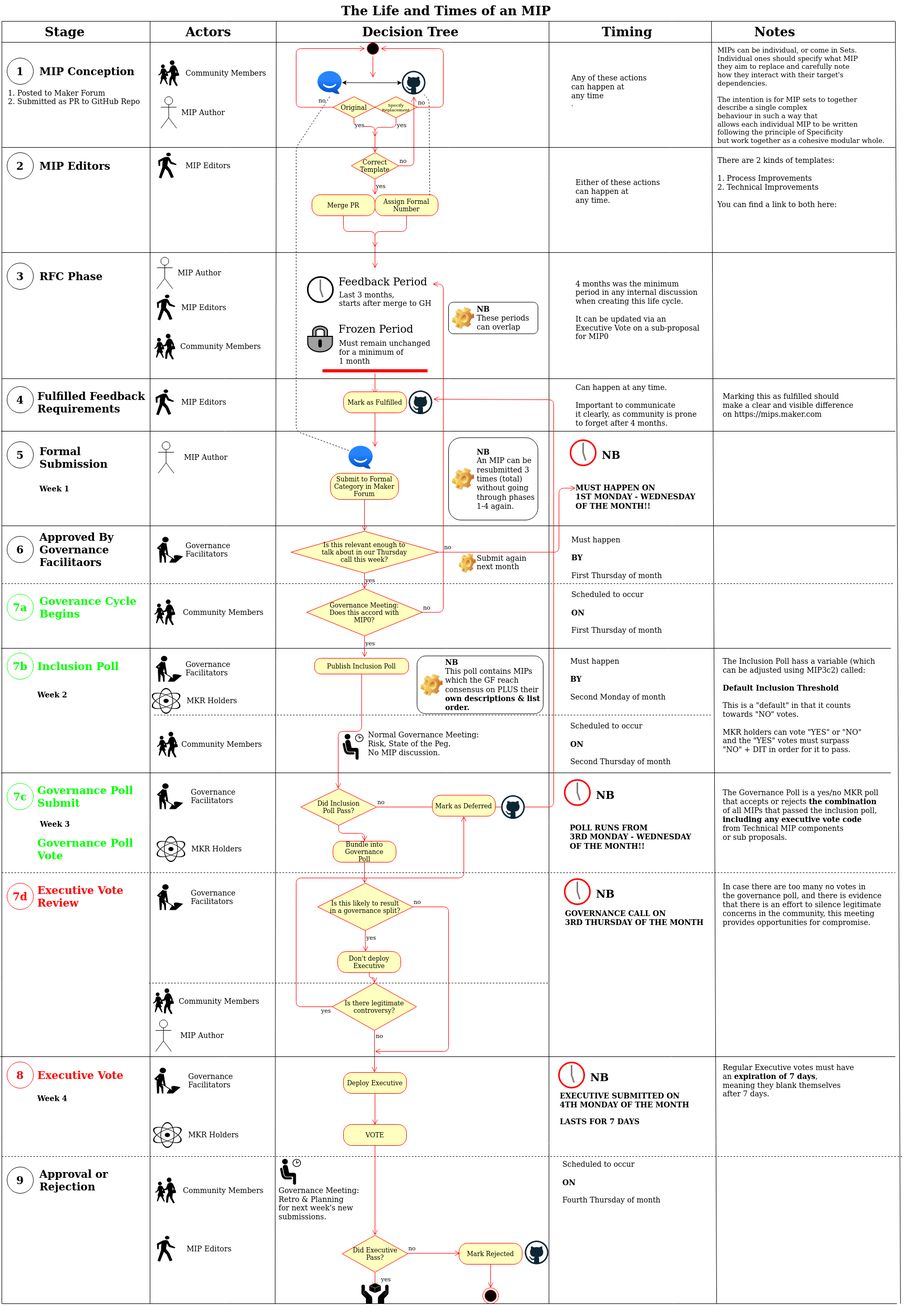
This is Life and Times of MIPs.png from andytudhope/maker-flow, a draw.io export, as it was before one commit. Source tidied: cells renumbered, new cells last; positions are measured from the earlier drawing's top-left corner, leaving out a move shared by most shapes.
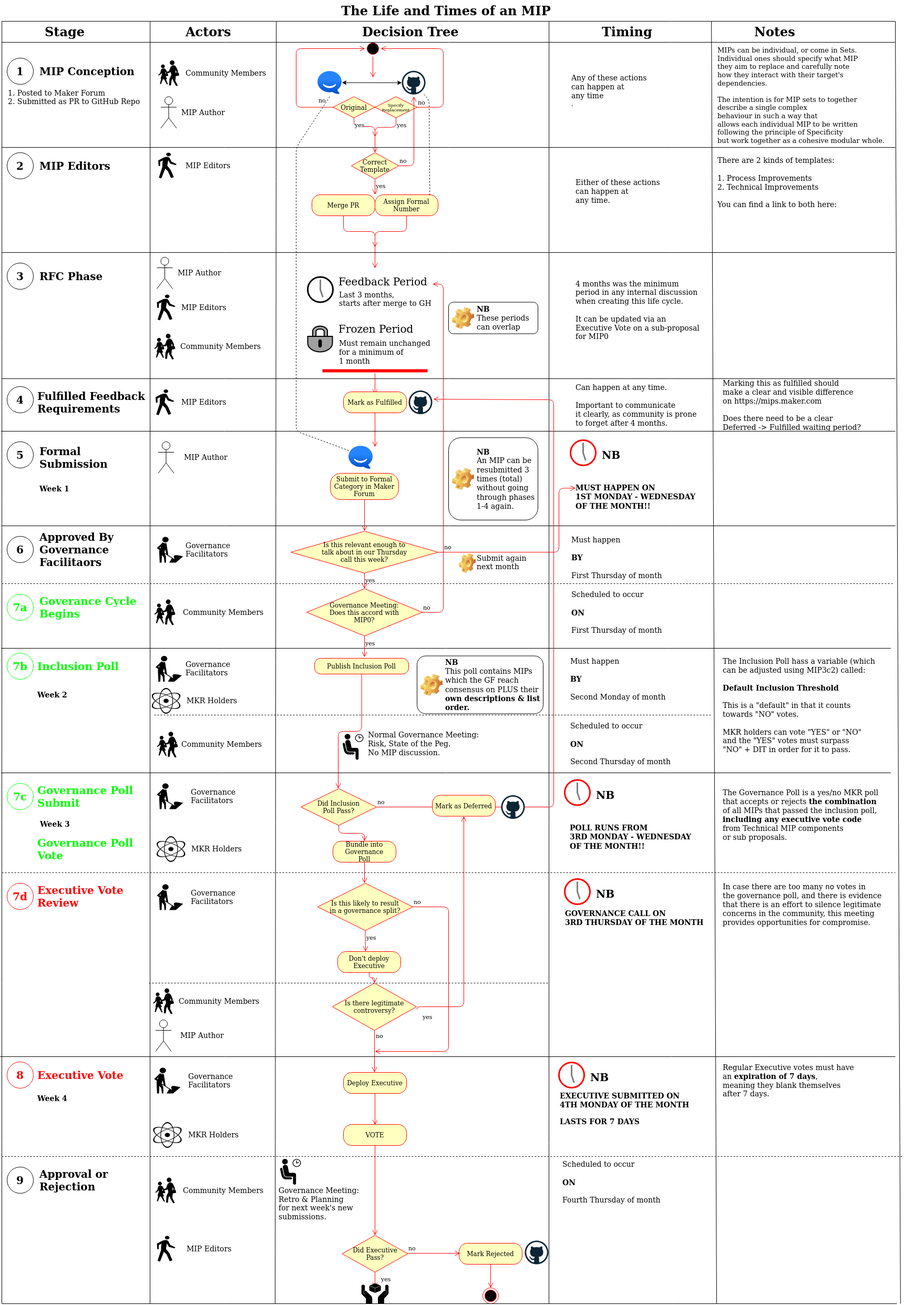
Above is the later version.

Commit message:
Questions about "deferred" back to "fulfilled" step

The edit, as a diff of the source:
```diff
@@ -394,8 +394,8 @@
     <mxCell id="101" value="&lt;b&gt;&lt;font style=&quot;font-size: 24px&quot;&gt;Notes&lt;/font&gt;&lt;/b&gt;" style="text;html=1;align=left;verticalAlign=middle;" parent="1" vertex="1">
       <mxGeometry x="1433" y="50" width="90" height="20" as="geometry" />
     </mxCell>
-    <mxCell id="102" value="&lt;div style=&quot;font-size: 14px&quot; align=&quot;left&quot;&gt;&lt;font style=&quot;font-size: 14px&quot;&gt;Marking this as fulfilled should&lt;/font&gt;&lt;/div&gt;&lt;div style=&quot;font-size: 14px&quot; align=&quot;left&quot;&gt;&lt;font style=&quot;font-size: 14px&quot;&gt;make a clear and visible difference&lt;/font&gt;&lt;/div&gt;&lt;div style=&quot;font-size: 14px&quot; align=&quot;left&quot;&gt;&lt;font style=&quot;font-size: 14px&quot;&gt;on https://mips.maker.com&lt;br&gt;&lt;/font&gt;&lt;/div&gt;" style="text;html=1;align=left;verticalAlign=middle;" parent="1" vertex="1">
-      <mxGeometry x="1373" y="745.5" width="260" height="50" as="geometry" />
+    <mxCell id="102" value="&lt;div style=&quot;font-size: 14px&quot; align=&quot;left&quot;&gt;&lt;font style=&quot;font-size: 14px&quot;&gt;Marking this as fulfilled should&lt;/font&gt;&lt;/div&gt;&lt;div style=&quot;font-size: 14px&quot; align=&quot;left&quot;&gt;&lt;font style=&quot;font-size: 14px&quot;&gt;make a clear and visible difference&lt;/font&gt;&lt;/div&gt;&lt;div style=&quot;font-size: 14px&quot; align=&quot;left&quot;&gt;&lt;font style=&quot;font-size: 14px&quot;&gt;on https://mips.maker.com&lt;br&gt;&lt;/font&gt;&lt;/div&gt;&lt;div style=&quot;font-size: 14px&quot; align=&quot;left&quot;&gt;&lt;font style=&quot;font-size: 14px&quot;&gt;&lt;br&gt;&lt;/font&gt;&lt;/div&gt;&lt;div style=&quot;font-size: 14px&quot; align=&quot;left&quot;&gt;&lt;font style=&quot;font-size: 14px&quot;&gt;Does there need to be a clear &lt;br&gt;&lt;/font&gt;&lt;/div&gt;&lt;div style=&quot;font-size: 14px&quot; align=&quot;left&quot;&gt;&lt;font style=&quot;font-size: 14px&quot;&gt;Deferred -&amp;gt; Fulfilled waiting period?&lt;br&gt;&lt;/font&gt;&lt;/div&gt;" style="text;html=1;align=left;verticalAlign=middle;" parent="1" vertex="1">
+      <mxGeometry x="1373" y="725.5" width="280" height="90" as="geometry" />
     </mxCell>
     <mxCell id="103" style="shape=mxgraph.signs.people.construction;html=1;fillColor=#000000;strokeColor=none;verticalLabelPosition=bottom;verticalAlign=top;align=center;" parent="1" vertex="1">
       <mxGeometry x="295.5" y="1247.5" width="50" height="49" as="geometry" />
@@ -570,11 +570,9 @@
     </mxCell>
     <mxCell id="149" value="yes" style="edgeStyle=orthogonalEdgeStyle;html=1;align=left;verticalAlign=top;endArrow=open;endSize=8;strokeColor=#ff0000;entryX=0.5;entryY=1;entryDx=0;entryDy=0;" parent="1" edge="1" target="159">
       <mxGeometry x="-0.94" y="-6" relative="1" as="geometry">
-        <mxPoint x="633" y="1915" as="sourcePoint" />
+        <mxPoint x="793" y="1920" as="sourcePoint" />
         <Array as="points">
-          <mxPoint x="563" y="1915" />
-          <mxPoint x="563" y="1670" />
-          <mxPoint x="882" y="1670" />
+          <mxPoint x="882" y="1915" />
         </Array>
       </mxGeometry>
     </mxCell>
```
